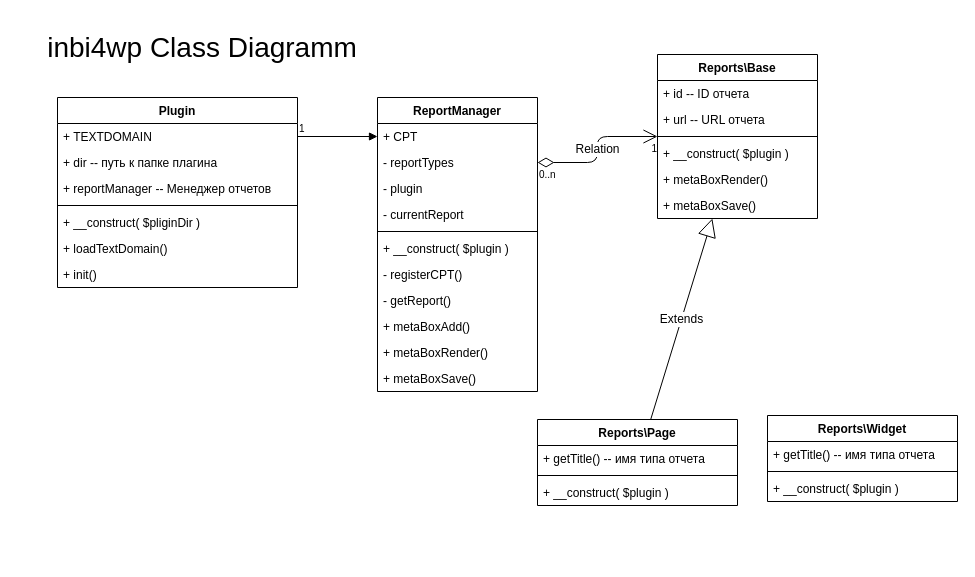
ivannikitin-com/inbi4wp keeps this draw.io diagram as docs/inbi4wp-class-diagramm.drawio. Above is the earlier version. Source tidied: cells renumbered, new cells numbered last; positions are measured from the earlier drawing's top-left corner, leaving out a move shared by most shapes. Both pictures are drawn from the tidied source at 100%, with x=0, y=0 at pixel (17, 17).
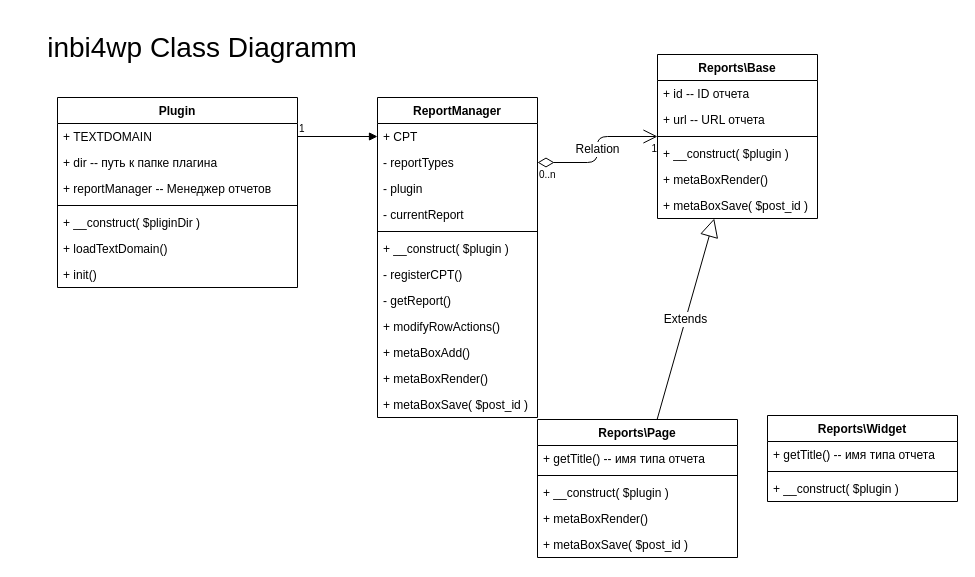
The same diagram, later.

Unchanged cells that the change refers to:
```xml
<mxCell id="25" value="Reports\Base" style="swimlane;fontStyle=1;align=center;verticalAlign=top;horizontal=1;startSize=26;fontSize=12;" parent="1" vertex="1">
  <mxGeometry x="640" y="37" width="160" height="164" as="geometry" />
</mxCell>
```

The edit, as a diff of the source:
```diff
@@
     <mxCell id="11" value="ReportManager" style="swimlane;fontStyle=1;align=center;verticalAlign=top;horizontal=1;startSize=26;fontSize=12;" parent="1" vertex="1">
-      <mxGeometry x="360" y="80" width="160" height="294" as="geometry" />
+      <mxGeometry x="360" y="80" width="160" height="320" as="geometry" />
     </mxCell>
@@
+    <mxCell id="44" value="+ modifyRowActions()" style="text;strokeColor=none;fillColor=none;align=left;verticalAlign=top;spacingLeft=4;spacingRight=4;overflow=hidden;" parent="11" vertex="1">
+      <mxGeometry y="216" width="160" height="26" as="geometry" />
+    </mxCell>
     <mxCell id="20" value="+ metaBoxAdd()" style="text;strokeColor=none;fillColor=none;align=left;verticalAlign=top;spacingLeft=4;spacingRight=4;overflow=hidden;" parent="11" vertex="1">
-      <mxGeometry y="216" width="160" height="26" as="geometry" />
+      <mxGeometry y="242" width="160" height="26" as="geometry" />
     </mxCell>
     <mxCell id="21" value="+ metaBoxRender()" style="text;strokeColor=none;fillColor=none;align=left;verticalAlign=top;spacingLeft=4;spacingRight=4;overflow=hidden;" parent="11" vertex="1">
-      <mxGeometry y="242" width="160" height="26" as="geometry" />
+      <mxGeometry y="268" width="160" height="26" as="geometry" />
     </mxCell>
-    <mxCell id="22" value="+ metaBoxSave()" style="text;strokeColor=none;fillColor=none;align=left;verticalAlign=top;spacingLeft=4;spacingRight=4;overflow=hidden;" parent="11" vertex="1">
-      <mxGeometry y="268" width="160" height="26" as="geometry" />
+    <mxCell id="22" value="+ metaBoxSave( $post_id )" style="text;strokeColor=none;fillColor=none;align=left;verticalAlign=top;spacingLeft=4;spacingRight=4;overflow=hidden;" parent="11" vertex="1">
+      <mxGeometry y="294" width="160" height="26" as="geometry" />
     </mxCell>
@@
-    <mxCell id="31" value="+ metaBoxSave()&#10;" style="text;strokeColor=none;fillColor=none;align=left;verticalAlign=top;spacingLeft=4;spacingRight=4;overflow=hidden;" parent="25" vertex="1">
+    <mxCell id="31" value="+ metaBoxSave( $post_id )&#10;" style="text;strokeColor=none;fillColor=none;align=left;verticalAlign=top;spacingLeft=4;spacingRight=4;overflow=hidden;" parent="25" vertex="1">
       <mxGeometry y="138" width="160" height="26" as="geometry" />
     </mxCell>
     <mxCell id="32" value="Reports\Page" style="swimlane;fontStyle=1;align=center;verticalAlign=top;horizontal=1;startSize=26;fontSize=12;" parent="1" vertex="1">
-      <mxGeometry x="520" y="402" width="200" height="86" as="geometry" />
+      <mxGeometry x="520" y="402" width="200" height="138" as="geometry" />
     </mxCell>
@@
+    <mxCell id="45" value="+ metaBoxRender()&#10;" style="text;strokeColor=none;fillColor=none;align=left;verticalAlign=top;spacingLeft=4;spacingRight=4;overflow=hidden;" parent="32" vertex="1">
+      <mxGeometry y="86" width="200" height="26" as="geometry" />
+    </mxCell>
+    <mxCell id="46" value="+ metaBoxSave( $post_id )&#10;" style="text;strokeColor=none;fillColor=none;align=left;verticalAlign=top;spacingLeft=4;spacingRight=4;overflow=hidden;" parent="32" vertex="1">
+      <mxGeometry y="112" width="200" height="26" as="geometry" />
+    </mxCell>
```
